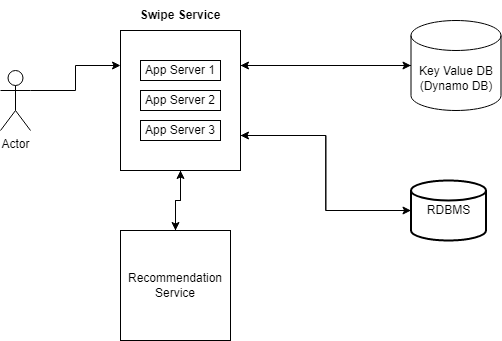
Before: System Design/Images/Swipe_Tinder.drawio.png, a diagram exported from draw.io (sidhant293/Essential-Algorithms). Source tidied: cells renumbered, new cells last; positions are measured from the earlier drawing's top-left corner, leaving out a move shared by most shapes.
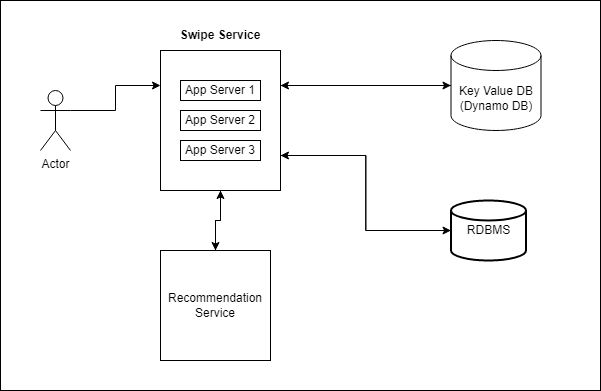
The same diagram one commit later.

Diff of the diagram source:
```diff
@@ -50,5 +50,8 @@
     <mxCell id="17" value="RDBMS" style="strokeWidth=2;html=1;shape=mxgraph.flowchart.database;whiteSpace=wrap;fontSize=12;fillColor=none;" parent="1" vertex="1">
       <mxGeometry x="410.5" y="180" width="75" height="60" as="geometry" />
     </mxCell>
+    <mxCell id="18" style="rounded=0;whiteSpace=wrap;html=1;fontSize=12;fillColor=none;" parent="1" vertex="1">
+      <mxGeometry x="-40" y="-20" width="600" height="390" as="geometry" />
+    </mxCell>
   </root>
 </mxGraphModel>
```
